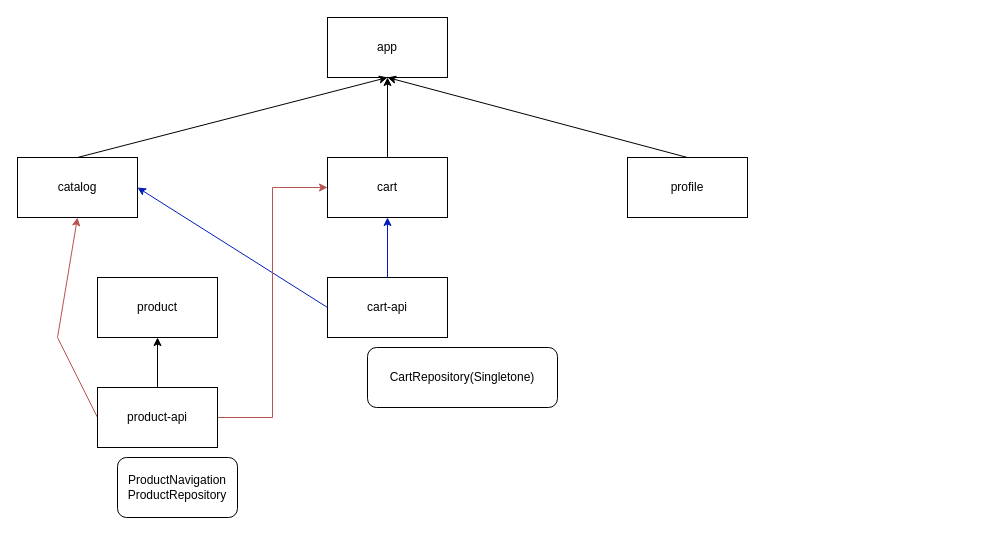
This is MultiModule.drawio from StanislavRepinskas/ProjectEcom, a draw.io file, before an edit. Source tidied: cells renumbered, new cells numbered last; positions are measured from the earlier drawing's top-left corner, leaving out a move shared by most shapes. Both pictures are drawn from the tidied source at 100%, with x=0, y=0 at pixel (17, 17).
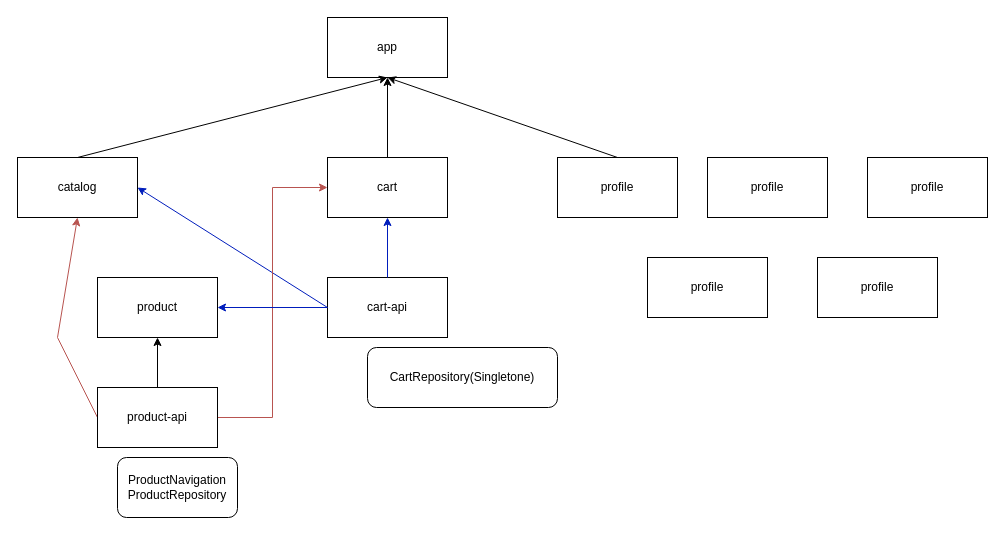
The same page after the edit.

The change refers to these unchanged cells:
```xml
<mxCell id="4" value="product" style="rounded=0;whiteSpace=wrap;html=1;" parent="1" vertex="1">
  <mxGeometry x="80" y="260" width="120" height="60" as="geometry" />
</mxCell>
```

Diff of the diagram source:
```diff
@@
     <mxCell id="6" value="profile" style="rounded=0;whiteSpace=wrap;html=1;" parent="1" vertex="1">
-      <mxGeometry x="610" y="140" width="120" height="60" as="geometry" />
+      <mxGeometry x="540" y="140" width="120" height="60" as="geometry" />
     </mxCell>
@@
+    <mxCell id="19" style="endArrow=classic;html=1;rounded=0;entryX=1;entryY=0.5;entryDx=0;entryDy=0;fillColor=#0050ef;strokeColor=#001DBC;" parent="1" edge="1" target="4">
+      <mxGeometry relative="1" as="geometry">
+        <mxPoint x="310" y="290" as="sourcePoint" />
+      </mxGeometry>
+    </mxCell>
+    <mxCell id="20" value="profile" style="rounded=0;whiteSpace=wrap;html=1;" parent="1" vertex="1">
+      <mxGeometry x="690" y="140" width="120" height="60" as="geometry" />
+    </mxCell>
+    <mxCell id="21" value="profile" style="rounded=0;whiteSpace=wrap;html=1;" parent="1" vertex="1">
+      <mxGeometry x="850" y="140" width="120" height="60" as="geometry" />
+    </mxCell>
+    <mxCell id="22" value="profile" style="rounded=0;whiteSpace=wrap;html=1;" parent="1" vertex="1">
+      <mxGeometry x="630" y="240" width="120" height="60" as="geometry" />
+    </mxCell>
+    <mxCell id="23" value="profile" style="rounded=0;whiteSpace=wrap;html=1;" parent="1" vertex="1">
+      <mxGeometry x="800" y="240" width="120" height="60" as="geometry" />
+    </mxCell>
```
